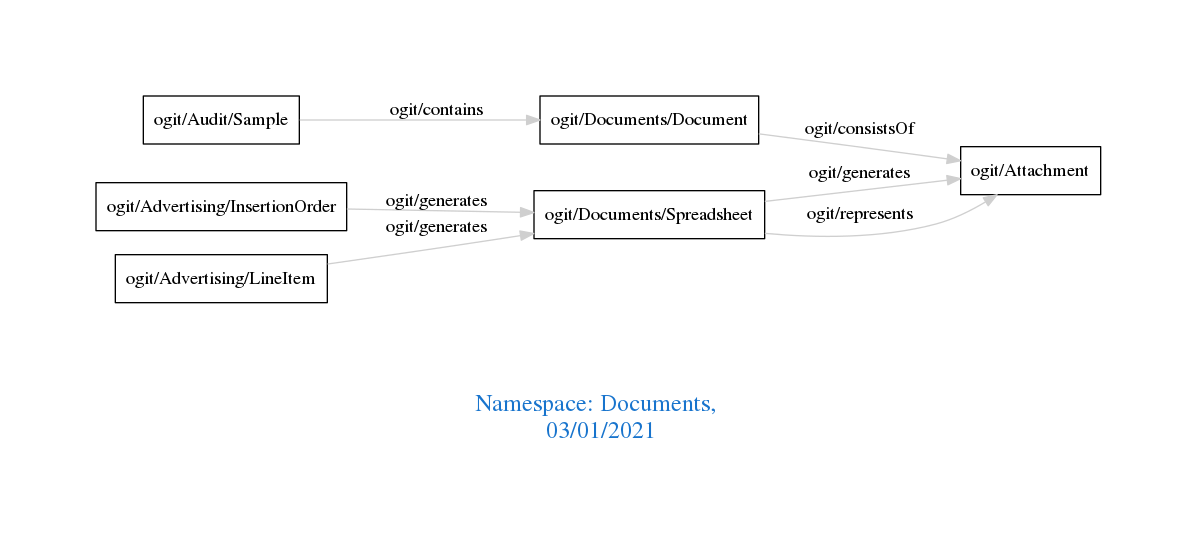
Earlier version of the Graphviz export downloads/Documents.png (arago/OGIT). Its source is kept beside it as downloads/Documents.dot.
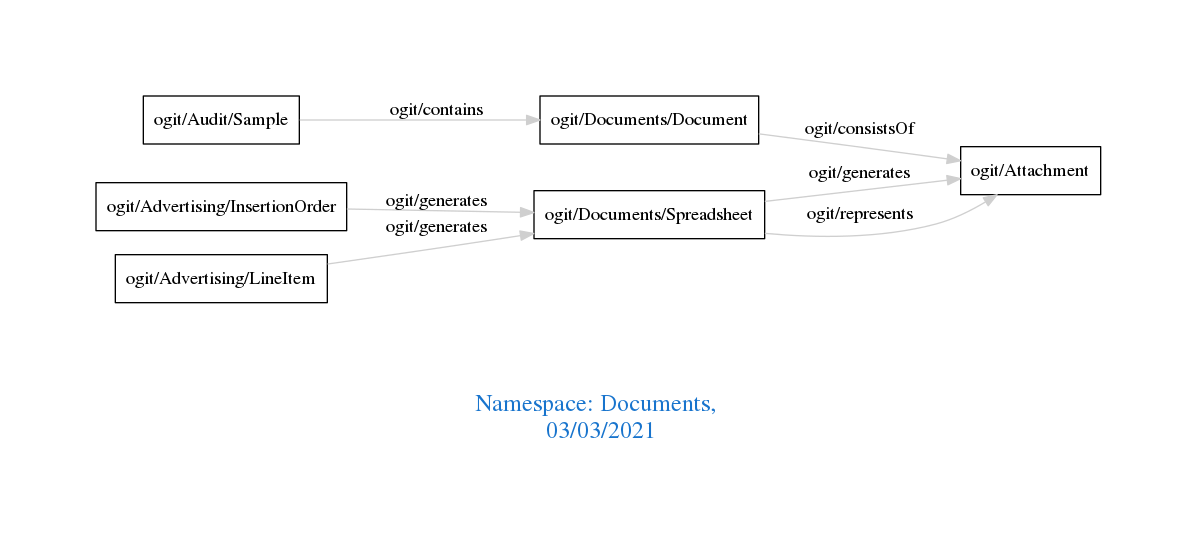
The same diagram one commit later.

The edit, as a diff of the source:
```diff
@@ -1,7 +1,7 @@
 digraph OGIT_ontology {
  graph [ rankdir= LR,pad=1
 fontsize = 18,
-fontcolor= dodgerblue3,label = "\n\n\nNamespace: Documents, \n 03/01/2021"];
+fontcolor= dodgerblue3,label = "\n\n\nNamespace: Documents, \n 03/03/2021"];
 node[shape=polygon];
 edge [  color="gray81"];
 
```
